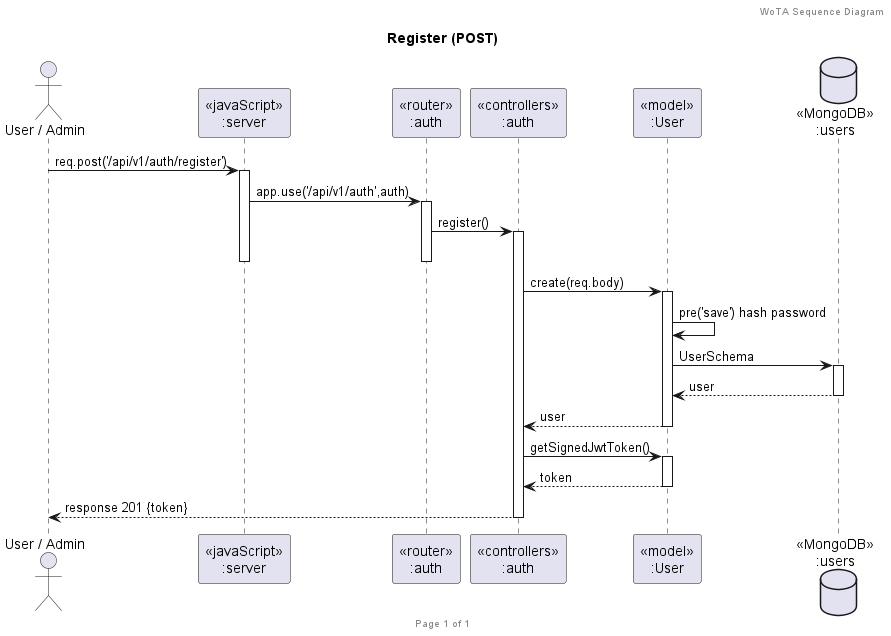
Before: docs/diagrams/WoTA_Sequence_Register.png, a diagram exported from PlantUML (6870044021/swpracticetermproject).
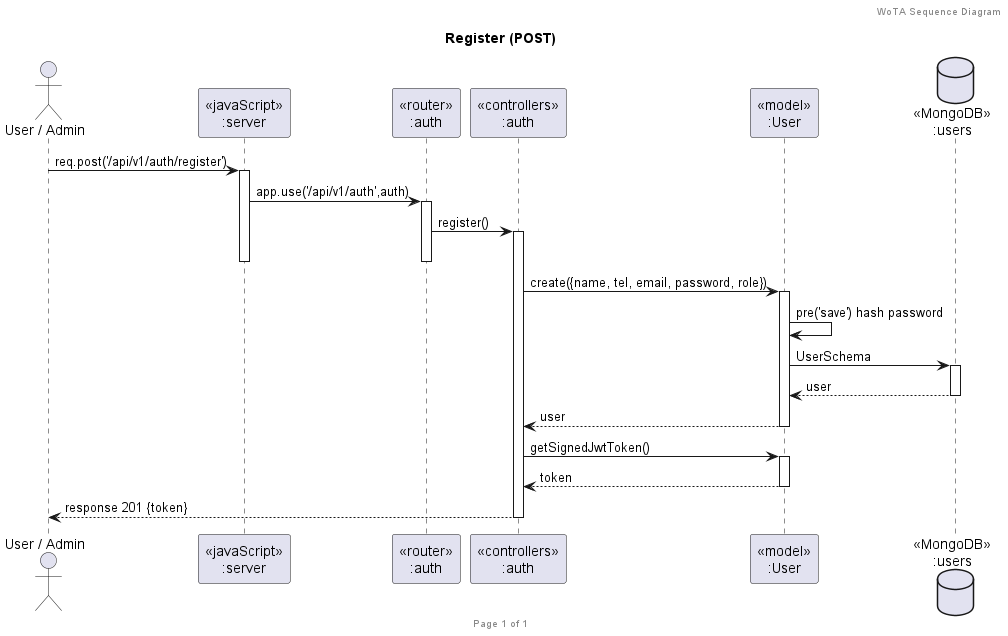
Later version of the same file.

Commit message:
Update diagrams and add new HTML reports

What changed in the source:
```diff
@@ -15,7 +15,7 @@
 routerAuth->controllersAuth ++:register()
 deactivate routerAuth
 deactivate server
-controllersAuth->modelUser ++:create(req.body)
+controllersAuth->modelUser ++:create({name, tel, email, password, role})
 modelUser->modelUser :pre('save') hash password
 modelUser->UsersDatabase ++:UserSchema
 UsersDatabase-->modelUser --:user
```
